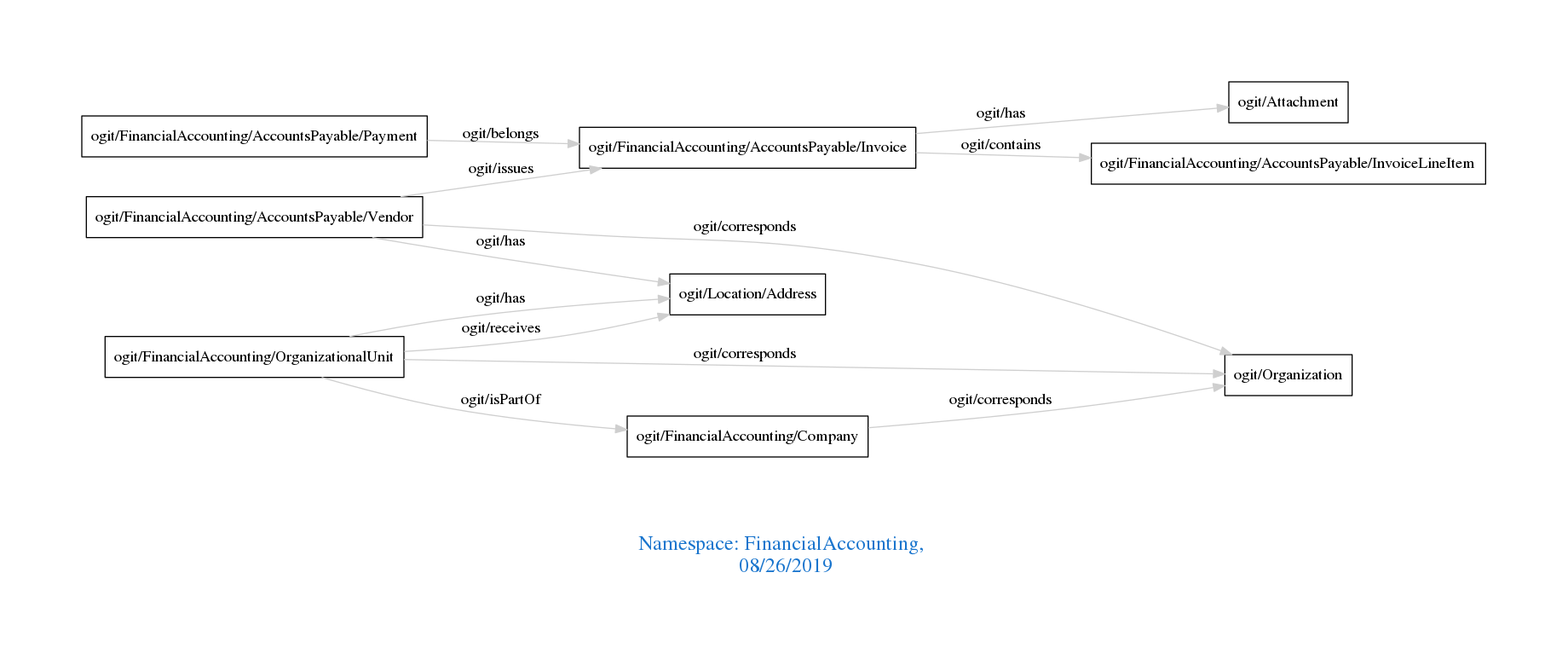
Before: downloads/FinancialAccounting.png, a diagram exported from Graphviz (arago/OGIT). Its source is kept beside it as downloads/FinancialAccounting.dot. Its diagram source:
```dot
digraph OGIT_ontology {
 graph [ rankdir= LR,pad=1
fontsize = 18,
fontcolor= dodgerblue3,label = "\n\n\nNamespace: FinancialAccounting, \n 08/26/2019"];
node[shape=polygon];
edge [  color="gray81"];

   "ogit/FinancialAccounting/AccountsPayable/Invoice" -> "ogit/FinancialAccounting/AccountsPayable/InvoiceLineItem" [label="   ogit/contains    "];
   "ogit/FinancialAccounting/AccountsPayable/Vendor" -> "ogit/Organization" [label="   ogit/corresponds    "];
   "ogit/FinancialAccounting/Company" -> "ogit/Organization" [label="   ogit/corresponds    "];
   "ogit/FinancialAccounting/OrganizationalUnit" -> "ogit/Organization" [label="   ogit/corresponds    "];
   "ogit/FinancialAccounting/AccountsPayable/Vendor" -> "ogit/FinancialAccounting/AccountsPayable/Invoice" [label="   ogit/issues    "];
   "ogit/FinancialAccounting/AccountsPayable/Payment" -> "ogit/FinancialAccounting/AccountsPayable/Invoice" [label="   ogit/belongs    "];
   "ogit/FinancialAccounting/OrganizationalUnit" -> "ogit/Location/Address" [label="   ogit/receives    "];
   "ogit/FinancialAccounting/AccountsPayable/Invoice" -> "ogit/Attachment" [label="   ogit/has    "];
   "ogit/FinancialAccounting/AccountsPayable/Vendor" -> "ogit/Location/Address" [label="   ogit/has    "];
   "ogit/FinancialAccounting/OrganizationalUnit" -> "ogit/Location/Address" [label="   ogit/has    "];
   "ogit/FinancialAccounting/OrganizationalUnit" -> "ogit/FinancialAccounting/Company" [label="   ogit/isPartOf    "];
}
```
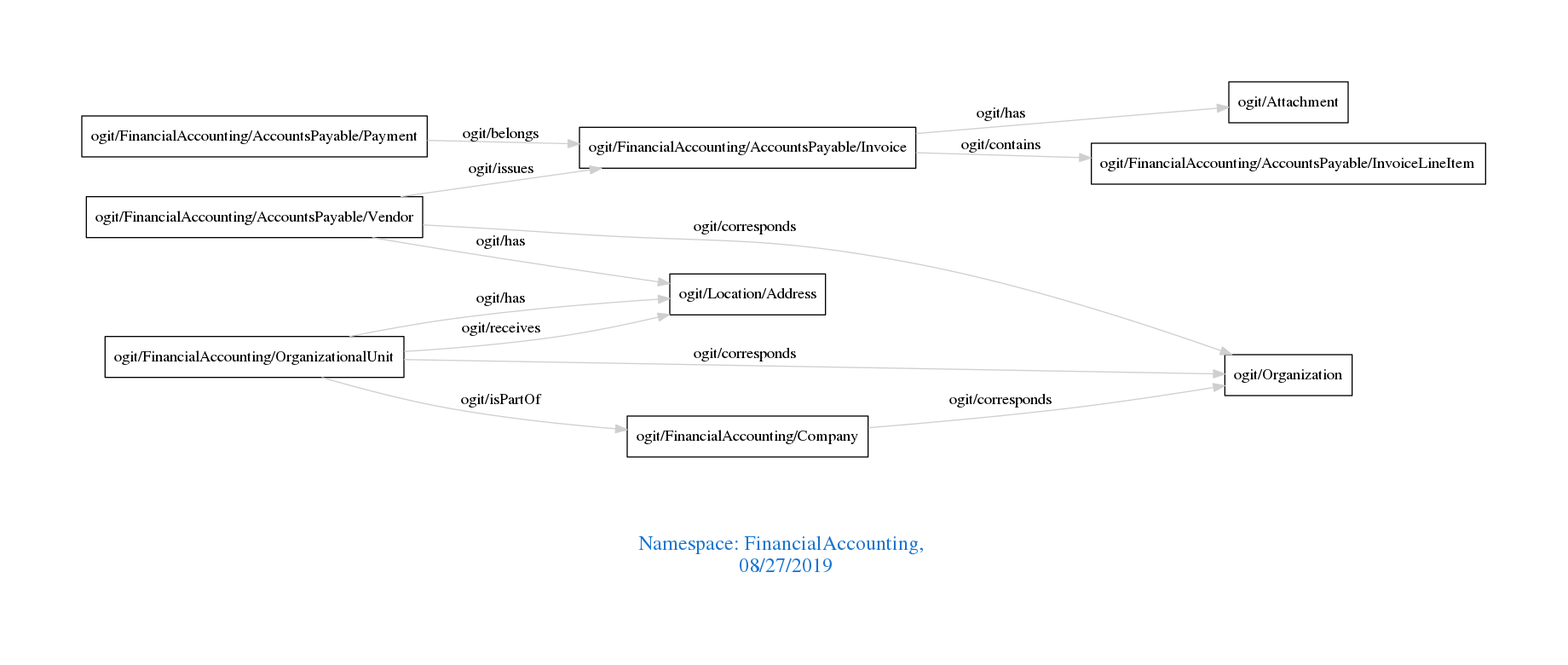
Above is the later version.

The edit, as a diff of the source:
```diff
@@ -1,7 +1,7 @@
 digraph OGIT_ontology {
  graph [ rankdir= LR,pad=1
 fontsize = 18,
-fontcolor= dodgerblue3,label = "\n\n\nNamespace: FinancialAccounting, \n 08/26/2019"];
+fontcolor= dodgerblue3,label = "\n\n\nNamespace: FinancialAccounting, \n 08/27/2019"];
 node[shape=polygon];
 edge [  color="gray81"];
 
```
